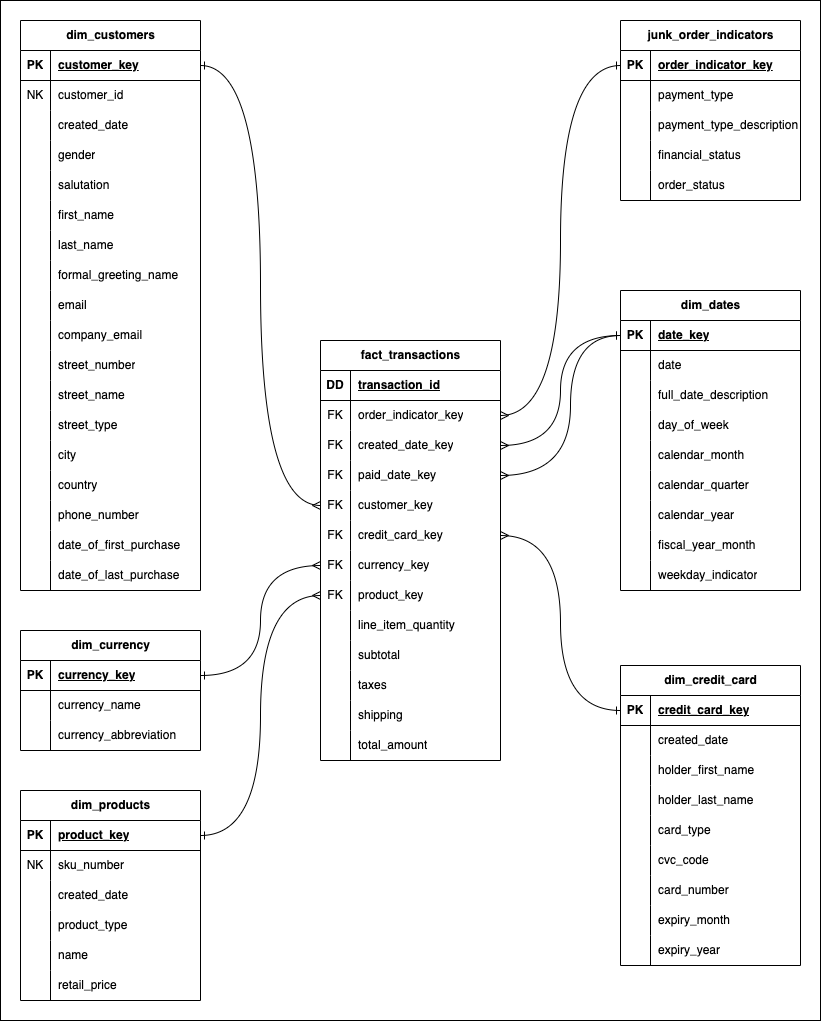
Above: slamco/assets/readme_sales_model.drawio.png in s-tlm/dbt-project (draw.io), before the change. Source tidied: cells renumbered, new cells last; positions are measured from the earlier drawing's top-left corner, leaving out a move shared by most shapes.
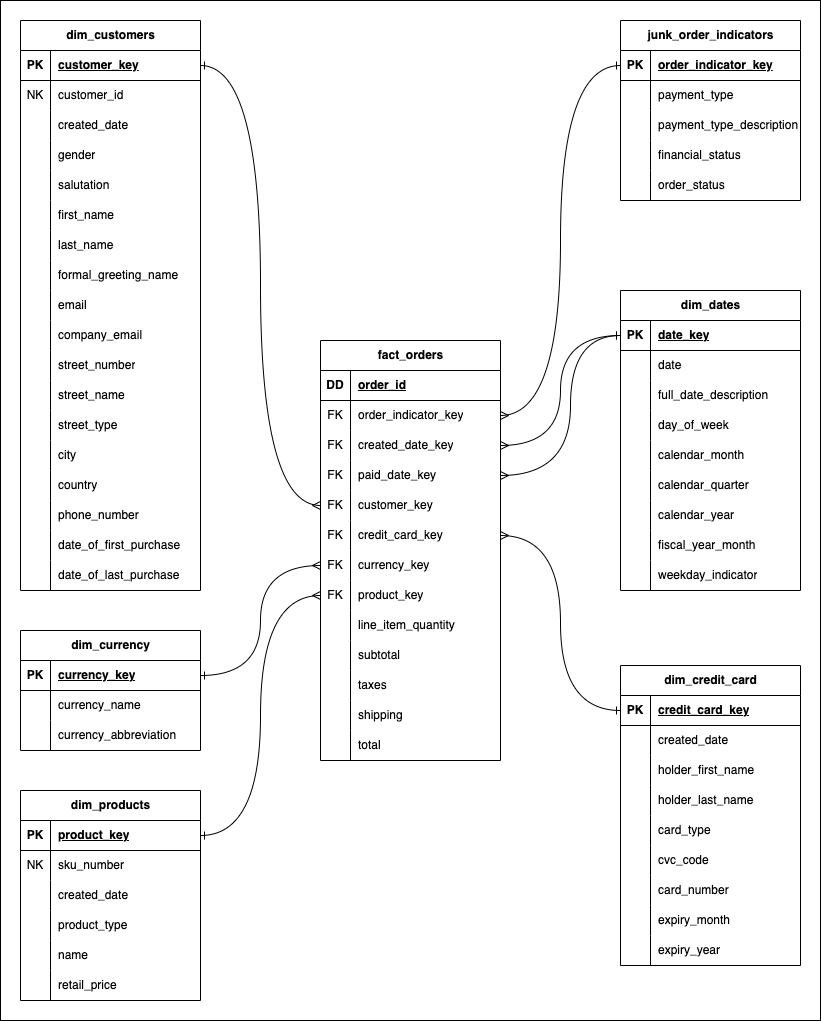
The same file after the commit.

Diff of the diagram source:
```diff
@@ -227,7 +227,7 @@
     <mxCell id="76" value="retail_price&lt;span style=&quot;white-space: pre;&quot;&gt;&#9;&lt;/span&gt;" style="shape=partialRectangle;fillColor=none;top=0;left=0;bottom=0;right=0;align=left;spacingLeft=6;overflow=hidden;whiteSpace=wrap;html=1;" parent="74" vertex="1">
       <mxGeometry x="30" width="150" height="30" as="geometry" />
     </mxCell>
-    <mxCell id="77" value="fact_transactions" style="shape=table;startSize=30;rowLines=0;fontStyle=1;align=center;html=1;" parent="1" vertex="1">
+    <mxCell id="77" value="fact_orders" style="shape=table;startSize=30;rowLines=0;fontStyle=1;align=center;html=1;" parent="1" vertex="1">
       <mxGeometry x="320" y="340" width="180" height="420" as="geometry" />
     </mxCell>
     <mxCell id="78" style="shape=tableRow;horizontal=0;startSize=0;swimlaneHead=0;swimlaneBody=0;fillColor=none;top=0;left=0;right=0;bottom=1;" parent="77" vertex="1">
@@ -236,7 +236,7 @@
     <mxCell id="79" value="DD" style="shape=partialRectangle;fillColor=none;top=0;left=0;bottom=0;right=0;fontStyle=1;overflow=hidden;whiteSpace=wrap;html=1;" parent="78" vertex="1">
       <mxGeometry width="30" height="30" as="geometry" />
     </mxCell>
-    <mxCell id="80" value="transaction_id" style="shape=partialRectangle;fillColor=none;top=0;left=0;bottom=0;right=0;align=left;spacingLeft=6;fontStyle=5;overflow=hidden;whiteSpace=wrap;html=1;" parent="78" vertex="1">
+    <mxCell id="80" value="order_id" style="shape=partialRectangle;fillColor=none;top=0;left=0;bottom=0;right=0;align=left;spacingLeft=6;fontStyle=5;overflow=hidden;whiteSpace=wrap;html=1;" parent="78" vertex="1">
       <mxGeometry x="30" width="150" height="30" as="geometry" />
     </mxCell>
     <mxCell id="81" style="shape=tableRow;horizontal=0;startSize=0;swimlaneHead=0;swimlaneBody=0;fillColor=none;points=[[0,0.5],[1,0.5]];portConstraint=eastwest;top=0;left=0;right=0;bottom=0;" parent="77" vertex="1">
@@ -344,7 +344,7 @@
     <mxCell id="115" style="shape=partialRectangle;fillColor=none;top=0;left=0;bottom=0;right=0;overflow=hidden;whiteSpace=wrap;html=1;" parent="114" vertex="1">
       <mxGeometry width="30" height="30" as="geometry" />
     </mxCell>
-    <mxCell id="116" value="total_amount" style="shape=partialRectangle;fillColor=none;top=0;left=0;bottom=0;right=0;align=left;spacingLeft=6;overflow=hidden;whiteSpace=wrap;html=1;" parent="114" vertex="1">
+    <mxCell id="116" value="total" style="shape=partialRectangle;fillColor=none;top=0;left=0;bottom=0;right=0;align=left;spacingLeft=6;overflow=hidden;whiteSpace=wrap;html=1;" parent="114" vertex="1">
       <mxGeometry x="30" width="150" height="30" as="geometry" />
     </mxCell>
     <mxCell id="117" value="junk_order_indicators" style="shape=table;startSize=30;rowLines=0;fontStyle=1;align=center;html=1;" parent="1" vertex="1">
```
